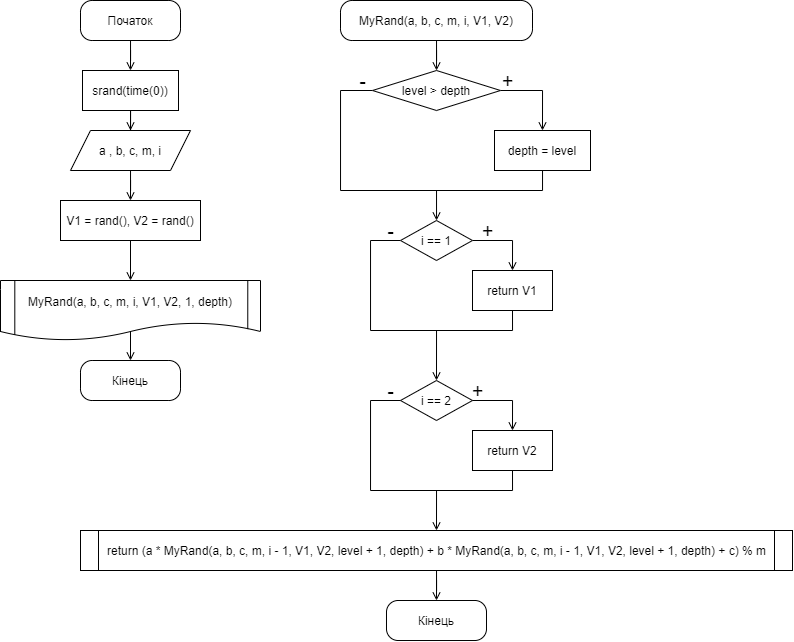
Before: diagram.png, a diagram exported from draw.io (fhctyw/Lab5.5). Source tidied: cells renumbered, new cells last; positions are measured from the earlier drawing's top-left corner, leaving out a move shared by most shapes.
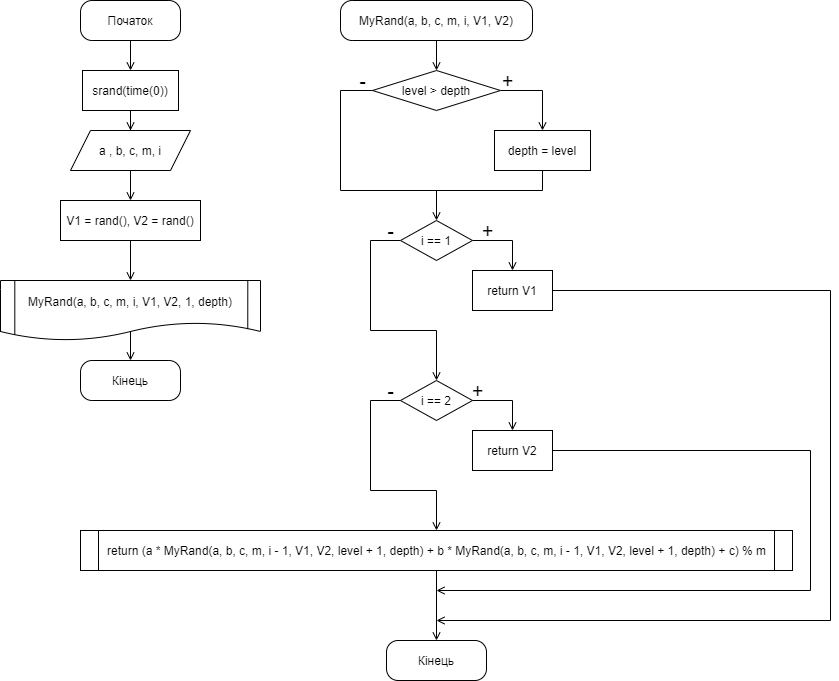
Above is the later version.

Commit message:
remake diagrams

What changed in the source:
```diff
@@ -70,6 +70,15 @@
     <mxCell id="17" value="i == 1" style="rhombus;whiteSpace=wrap;html=1;" parent="1" vertex="1">
       <mxGeometry x="400" y="220" width="72" height="40" as="geometry" />
     </mxCell>
+    <mxCell id="41" style="edgeStyle=orthogonalEdgeStyle;rounded=0;jettySize=auto;html=1;exitX=1;exitY=0.5;exitDx=0;exitDy=0;endArrow=open;endFill=0;" parent="1" edge="1" source="18">
+      <mxGeometry relative="1" as="geometry">
+        <mxPoint x="436" y="620" as="targetPoint" />
+        <Array as="points">
+          <mxPoint x="830" y="290" />
+          <mxPoint x="830" y="620" />
+        </Array>
+      </mxGeometry>
+    </mxCell>
     <mxCell id="18" value="return V1" style="rounded=0;whiteSpace=wrap;html=1;" parent="1" vertex="1">
       <mxGeometry x="472" y="270" width="80" height="40" as="geometry" />
     </mxCell>
@@ -94,6 +103,15 @@
         </Array>
       </mxGeometry>
     </mxCell>
+    <mxCell id="42" style="edgeStyle=orthogonalEdgeStyle;rounded=0;jettySize=auto;html=1;endArrow=open;endFill=0;exitX=1;exitY=0.5;exitDx=0;exitDy=0;" parent="1" edge="1" source="22">
+      <mxGeometry relative="1" as="geometry">
+        <mxPoint x="436" y="590" as="targetPoint" />
+        <Array as="points">
+          <mxPoint x="810" y="450" />
+          <mxPoint x="810" y="590" />
+        </Array>
+      </mxGeometry>
+    </mxCell>
     <mxCell id="22" value="return V2" style="rounded=0;whiteSpace=wrap;html=1;" parent="1" vertex="1">
       <mxGeometry x="472" y="430" width="80" height="40" as="geometry" />
     </mxCell>
@@ -104,26 +122,8 @@
       <mxGeometry x="80" y="530" width="712" height="40" as="geometry" />
     </mxCell>
     <mxCell id="25" value="Кінець" style="rounded=1;whiteSpace=wrap;html=1;arcSize=29;" parent="1" vertex="1">
-      <mxGeometry x="386" y="600" width="100" height="40" as="geometry" />
+      <mxGeometry x="386" y="640" width="100" height="40" as="geometry" />
     </mxCell>
-    <mxCell id="26" style="edgeStyle=orthogonalEdgeStyle;rounded=0;orthogonalLoop=1;jettySize=auto;html=1;endArrow=none;endFill=0;" parent="1" edge="1">
-      <mxGeometry relative="1" as="geometry">
-        <mxPoint x="512" y="310" as="sourcePoint" />
-        <mxPoint x="420" y="330" as="targetPoint" />
-        <Array as="points">
-          <mxPoint x="512" y="330" />
-        </Array>
-      </mxGeometry>
-    </mxCell>
-    <mxCell id="27" style="edgeStyle=orthogonalEdgeStyle;rounded=0;orthogonalLoop=1;jettySize=auto;html=1;endArrow=none;endFill=0;" parent="1" edge="1">
-      <mxGeometry relative="1" as="geometry">
-        <mxPoint x="512" y="470" as="sourcePoint" />
-        <mxPoint x="430" y="490" as="targetPoint" />
-        <Array as="points">
-          <mxPoint x="512" y="490" />
-        </Array>
-      </mxGeometry>
-    </mxCell>
     <mxCell id="28" value="&lt;font style=&quot;font-size: 20px&quot;&gt;+&lt;/font&gt;" style="text;html=1;align=center;verticalAlign=middle;strokeColor=none;fillColor=none;" parent="1" vertex="1">
       <mxGeometry x="472" y="220" width="30" height="20" as="geometry" />
     </mxCell>
```
